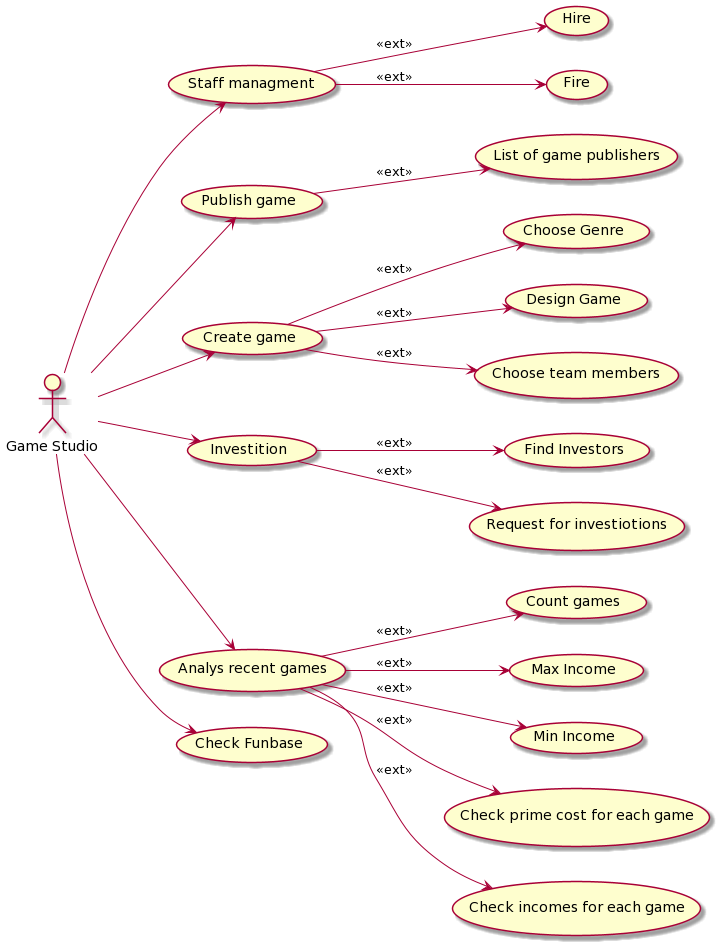
Earlier version of the PlantUML export UML/Diagrams/UsecaseDiagram.png (Gohnnyman/WebApp-in-Rust). The source it was exported from:
```plantuml
@startuml
left to right direction

:Actor: --> (StaffManagment)
:Actor: --> (Publish)
:Actor: --> (Create)
:Actor: --> (Investition)
:Actor: --> (Analysis)
:Actor: --> (FunBase)

(StaffManagment) --> (Hire) : <<ext>>
(StaffManagment) --> (Fire) : <<ext>>

(Create) --> (Genre) : <<ext>>
(Create) --> (Design) : <<ext>>
(Create) --> (Staff) : <<ext>>

(Investition) --> (Find) : <<ext>>
(Investition) --> (Request) : <<ext>>

(Analysis) --> (Count) : <<ext>>
(Analysis) --> (MaxIncome) : <<ext>>
(Analysis) --> (MinIncome) : <<ext>>
(Analysis) --> (Price) : <<ext>>
(Analysis) --> (Income) : <<ext>>

(Publish) --> (Publishers) : <<ext>>





:Actor: as "Game Studio"
(StaffManagment) as "Staff managment"
(Create) as "Create game"
(Analysis) as "Analys recent games"
(Publish) as "Publish game"
(FunBase) as "Check Funbase"
(Genre) as "Choose Genre"
(Design) as "Design Game"
(Staff) as "Choose team members"
(Find) as "Find Investors"
(Request) as "Request for investiotions"

(Count) as "Count games"
(MaxIncome) as "Max Income"
(MinIncome) as "Min Income"
(Price) as "Check prime cost for each game"
(Income) as "Check incomes for each game"

(Publishers) as "List of game publishers"
@enduml
```
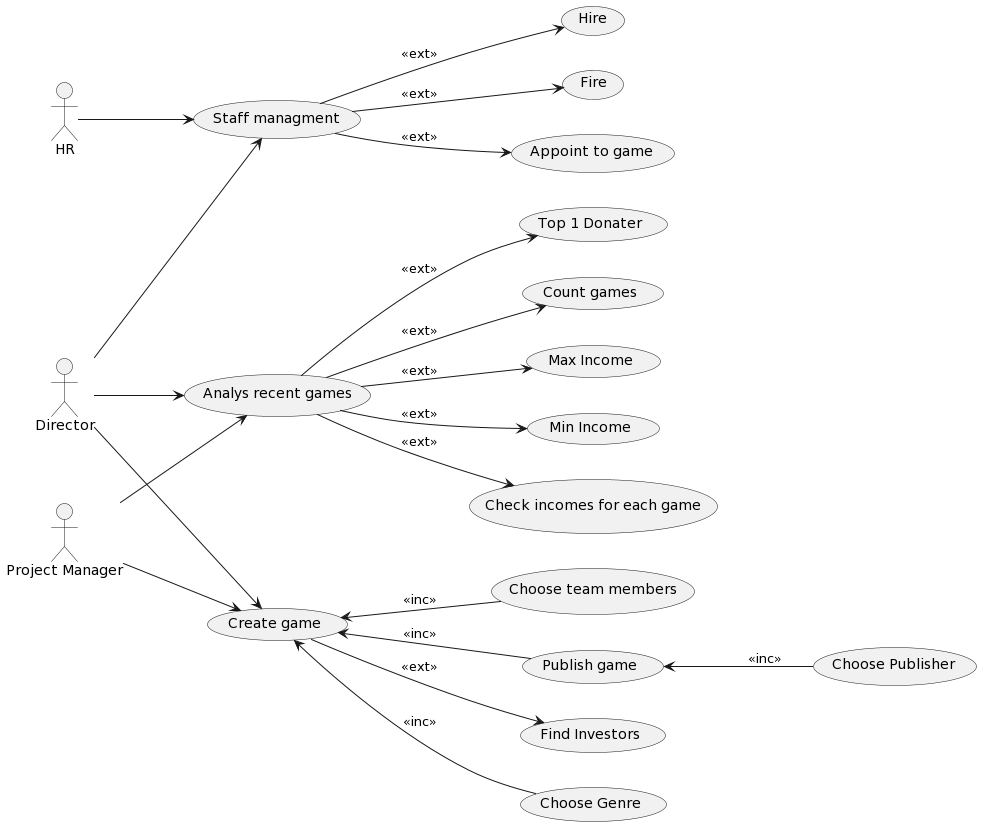
The same diagram one commit later.

Commit message:
uml updated, table Users added

Change to the diagram source:
```diff
@@ -1,52 +1,46 @@
 @startuml
 left to right direction
 
-:Actor: --> (StaffManagment)
-:Actor: --> (Publish)
-:Actor: --> (Create)
-:Actor: --> (Investition)
-:Actor: --> (Analysis)
-:Actor: --> (FunBase)
+:Director: --> (StaffManagment)
+:Director: --> (Create)
+:Director: --> (Analysis)
+
+:Project Manager: --> (Analysis)
+:Project Manager: --> (Create)
+
+:HR: --> (StaffManagment)
 
 (StaffManagment) --> (Hire) : <<ext>>
 (StaffManagment) --> (Fire) : <<ext>>
+(StaffManagment) --> (Appoint to game) : <<ext>>
 
-(Create) --> (Genre) : <<ext>>
-(Create) --> (Design) : <<ext>>
-(Create) --> (Staff) : <<ext>>
-
-(Investition) --> (Find) : <<ext>>
-(Investition) --> (Request) : <<ext>>
+(Create) <-- (Genre) : <<inc>>
+(Create) <-- (Staff) : <<inc>>
+(Create) <-- (Publish) : <<inc>>
+(Create) --> (Investitions) : <<ext>>
 
 (Analysis) --> (Count) : <<ext>>
 (Analysis) --> (MaxIncome) : <<ext>>
 (Analysis) --> (MinIncome) : <<ext>>
-(Analysis) --> (Price) : <<ext>>
 (Analysis) --> (Income) : <<ext>>
+(Analysis) --> (MaxDonator) : <<ext>>
 
-(Publish) --> (Publishers) : <<ext>>
+(Publish) <-- (Choose Publisher) : <<inc>>
 
 
 
 
-
-:Actor: as "Game Studio"
 (StaffManagment) as "Staff managment"
 (Create) as "Create game"
 (Analysis) as "Analys recent games"
 (Publish) as "Publish game"
-(FunBase) as "Check Funbase"
 (Genre) as "Choose Genre"
-(Design) as "Design Game"
 (Staff) as "Choose team members"
-(Find) as "Find Investors"
-(Request) as "Request for investiotions"
-
+(Investitions) as "Find Investors"
 (Count) as "Count games"
 (MaxIncome) as "Max Income"
 (MinIncome) as "Min Income"
-(Price) as "Check prime cost for each game"
 (Income) as "Check incomes for each game"
-
-(Publishers) as "List of game publishers"
+(MaxDonator) as "Top 1 Donater"
+(Choose Publisher) as "Choose Publisher"
 @enduml
```
